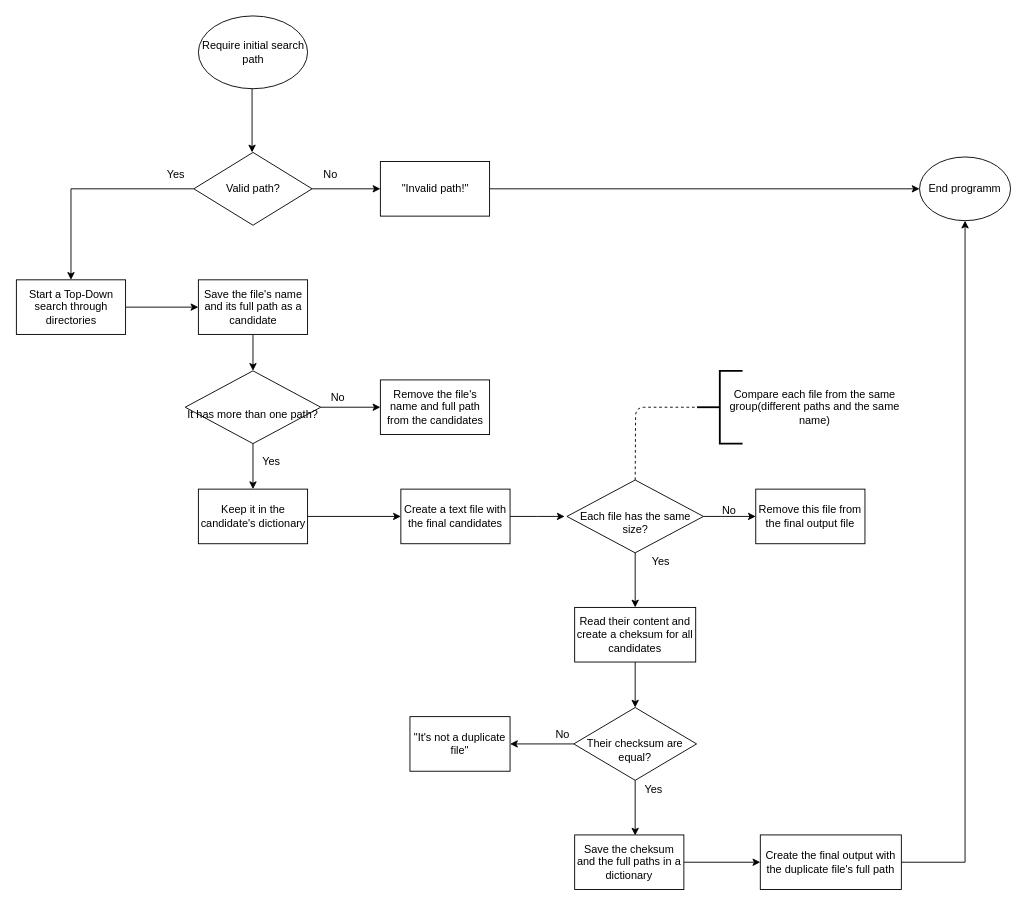
Before: Untitled Diagram.drawio in gustavomv/FindDuplicateFiles, a draw.io diagram. Source tidied: cells renumbered, new cells numbered last; positions are measured from the earlier drawing's top-left corner, leaving out a move shared by most shapes. Both pictures are drawn from the tidied source at 91%, with x=0, y=0 at pixel (16, 15).
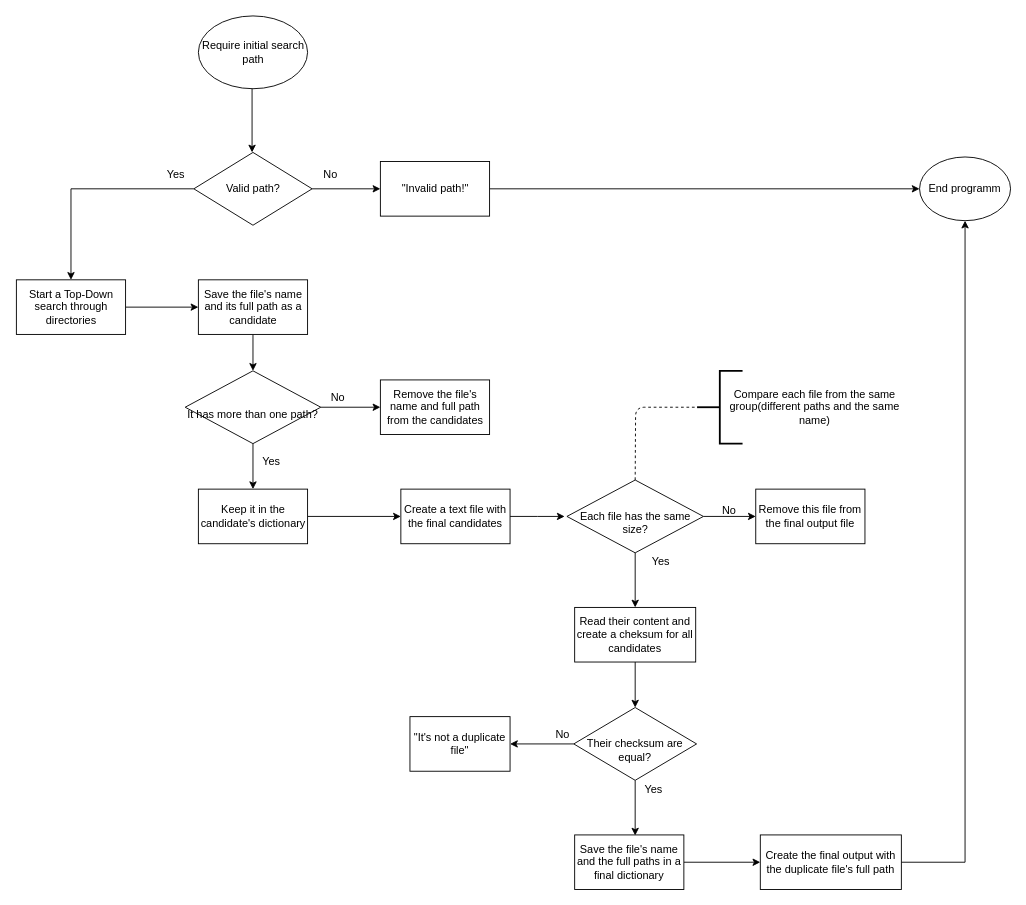
Above is the later version.

Change to the diagram source:
```diff
@@
-    <mxCell id="43" value="Save the cheksum and the full paths in a dictionary" style="rounded=0;whiteSpace=wrap;html=1;" parent="1" vertex="1">
+    <mxCell id="43" value="Save the file's name and the full paths in a final dictionary" style="rounded=0;whiteSpace=wrap;html=1;" parent="1" vertex="1">
       <mxGeometry x="613" y="900" width="120" height="60" as="geometry" />
     </mxCell>
```
